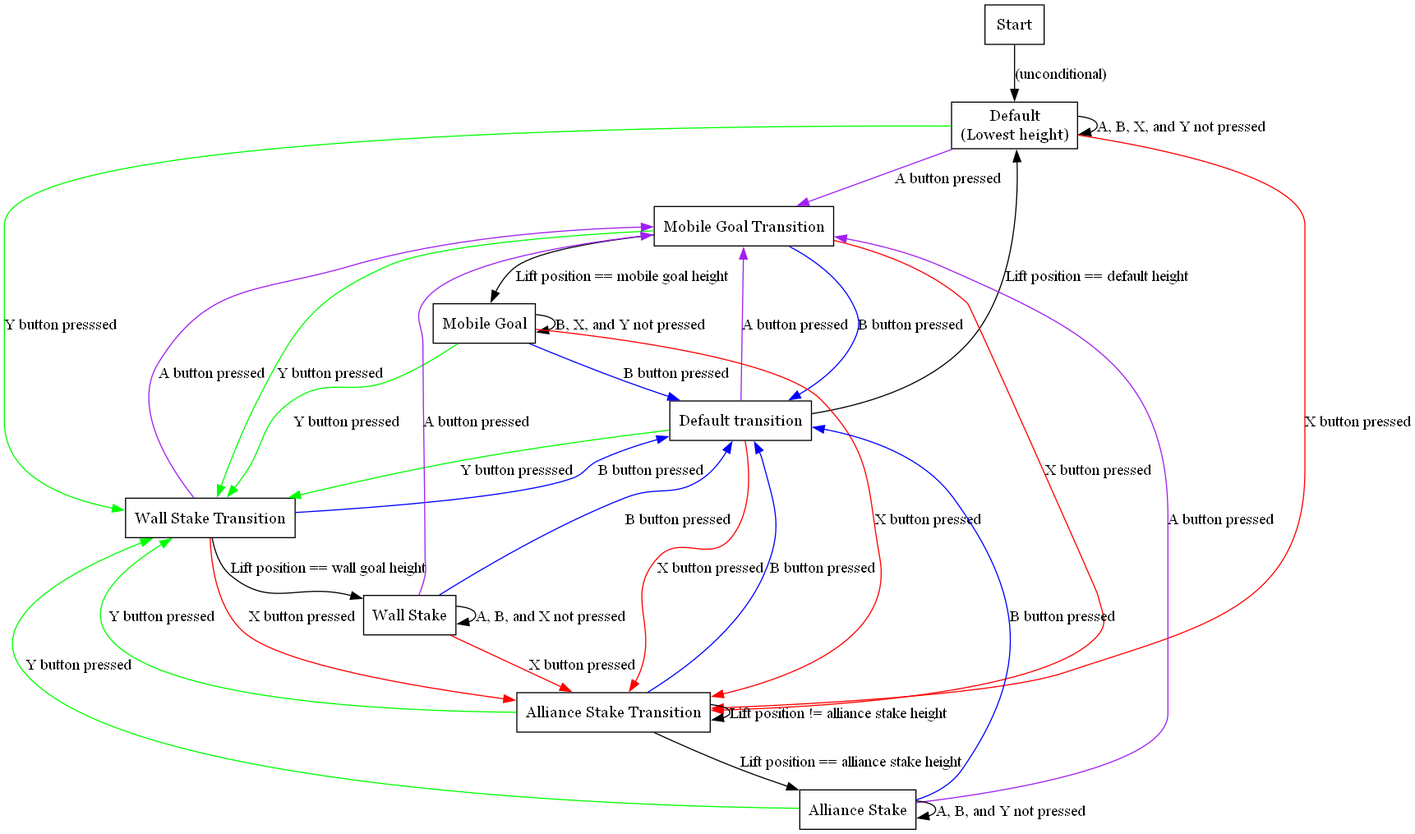
Above: 2024/prototype/intake_mechanisms/docs/lift-state-machine.png in eshsrobotics/vex (Graphviz), before the change. Its source is kept beside it as 2024/prototype/intake_mechanisms/docs/lift-state-machine.dot.
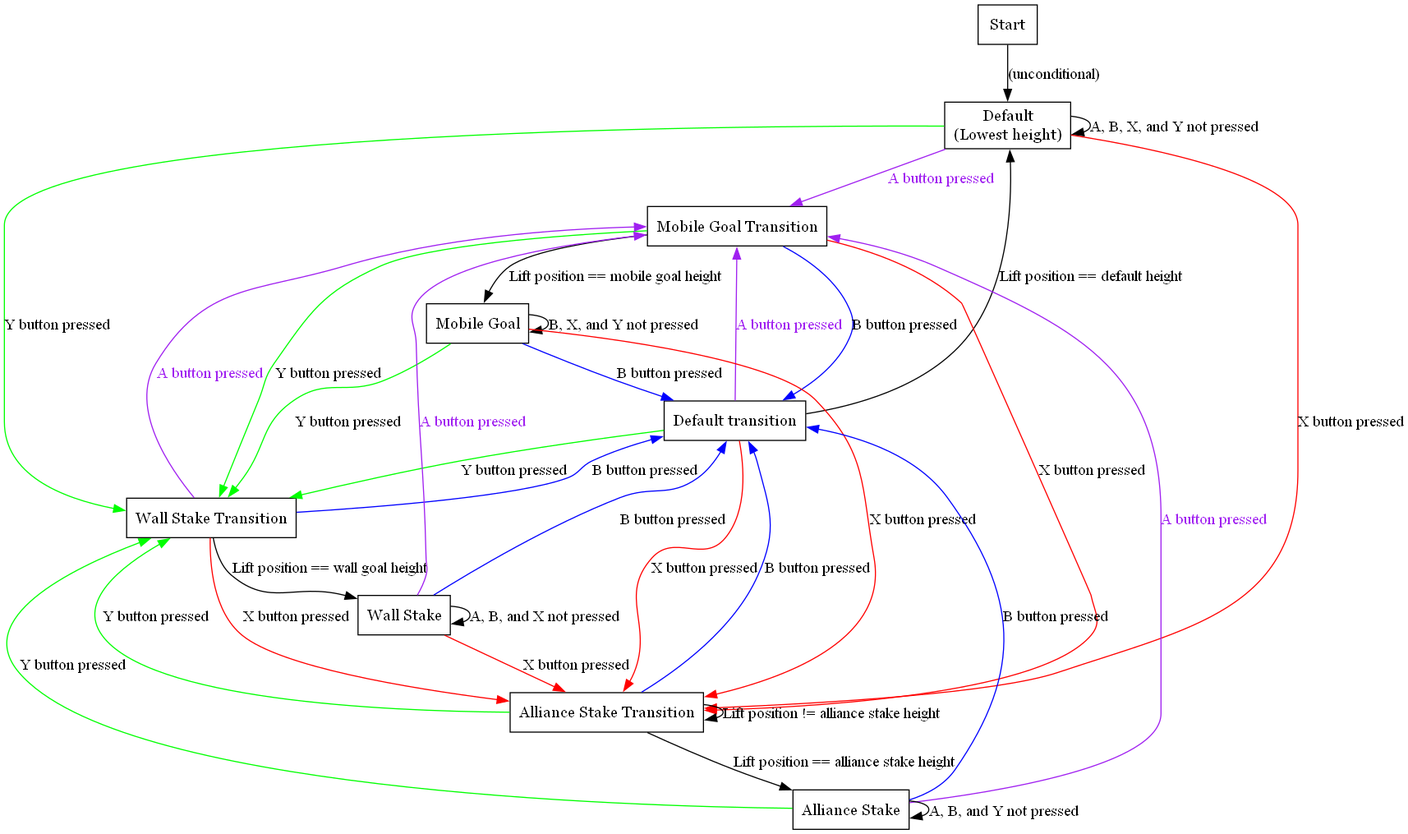
The same diagram one commit later.

Commit message:
Partially wrote comments for the state machine.

Diff of the diagram source:
```diff
@@ -15,11 +15,11 @@
     Start -> Default [label="(unconditional)"];
 
     DefaultTransition -> Default [label="Lift position == default height"];
-    DefaultTransition -> WallStakeTransition [label="Y button presssed", color="lime"];
+    DefaultTransition -> WallStakeTransition [label="Y button pressed", color="lime"];
     DefaultTransition -> AllianceStakeTransition [label="X button pressed", color="red"];
-    DefaultTransition -> MobileGoalTransition [label="A button pressed", color="purple"];
-    Default -> MobileGoalTransition [label="A button pressed", color="purple"];
-    Default -> WallStakeTransition [label="Y button presssed", color="lime"];
+    DefaultTransition -> MobileGoalTransition [label="A button pressed", fontcolor="purple", color="purple"];
+    Default -> MobileGoalTransition [label="A button pressed", fontcolor="purple", color="purple"];
+    Default -> WallStakeTransition [label="Y button pressed", color="lime"];
     Default -> AllianceStakeTransition [label="X button pressed", color="red"];
     Default -> Default [label="A, B, X, and Y not pressed"];
 
@@ -37,16 +37,16 @@
     AllianceStakeTransition -> WallStakeTransition [label="Y button pressed", color="lime"];
     AllianceStakeTransition -> AllianceStakeTransition [label="Lift position != alliance stake height"];
     AllianceStake -> DefaultTransition [label="B button pressed", color="blue"];
-    AllianceStake -> MobileGoalTransition [label="A button pressed", color="purple"];
+    AllianceStake -> MobileGoalTransition [label="A button pressed", fontcolor="purple", color="purple"];
     AllianceStake -> WallStakeTransition [label="Y button pressed", color="lime"];
     AllianceStake -> AllianceStake [label="A, B, and Y not pressed"];
 
     WallStakeTransition -> DefaultTransition [label="B button pressed", color = "blue"];
     WallStakeTransition -> WallStake [label="Lift position == wall goal height"];
-    WallStakeTransition -> MobileGoalTransition [label="A button pressed", color = "purple"];
+    WallStakeTransition -> MobileGoalTransition [label="A button pressed", fontcolor="purple", color = "purple"];
     WallStakeTransition -> AllianceStakeTransition [label="X button pressed", color = "red"];
     WallStake -> DefaultTransition [label="B button pressed", color = "blue"];
-    WallStake -> MobileGoalTransition [label="A button pressed", color="purple"]
+    WallStake -> MobileGoalTransition [label="A button pressed", fontcolor="purple", color="purple"]
     WallStake -> AllianceStakeTransition [label="X button pressed", color = "red"];
     WallStake -> WallStake [label="A, B, and X not pressed"];
 }
```
